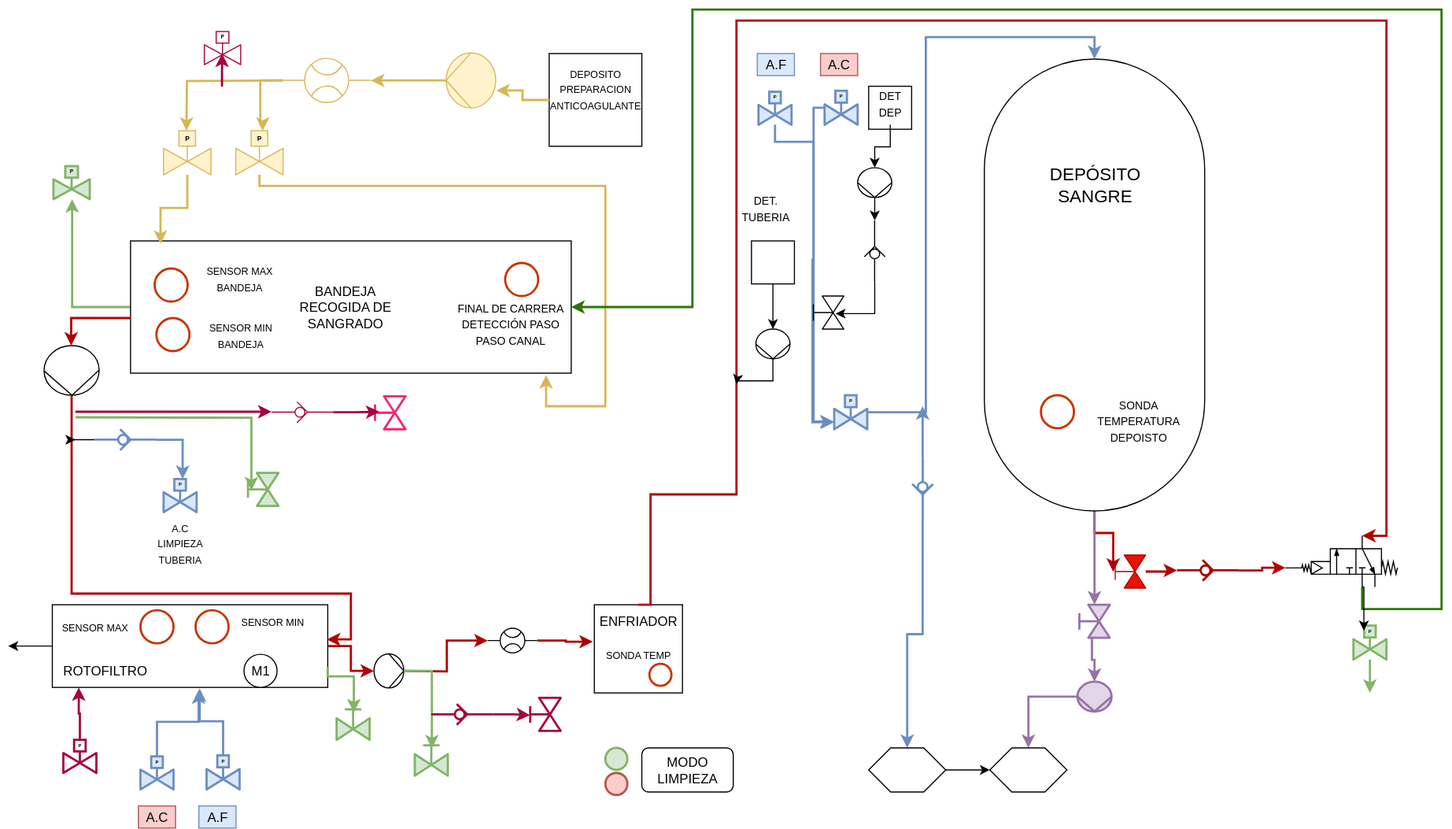
Above: docs/MARTA/Sangre vacuno2.svg in hriosalido/lab-grafana_curso (draw.io), before the change. Source tidied: cells renumbered, new cells last; positions are measured from the earlier drawing's top-left corner, leaving out a move shared by most shapes.
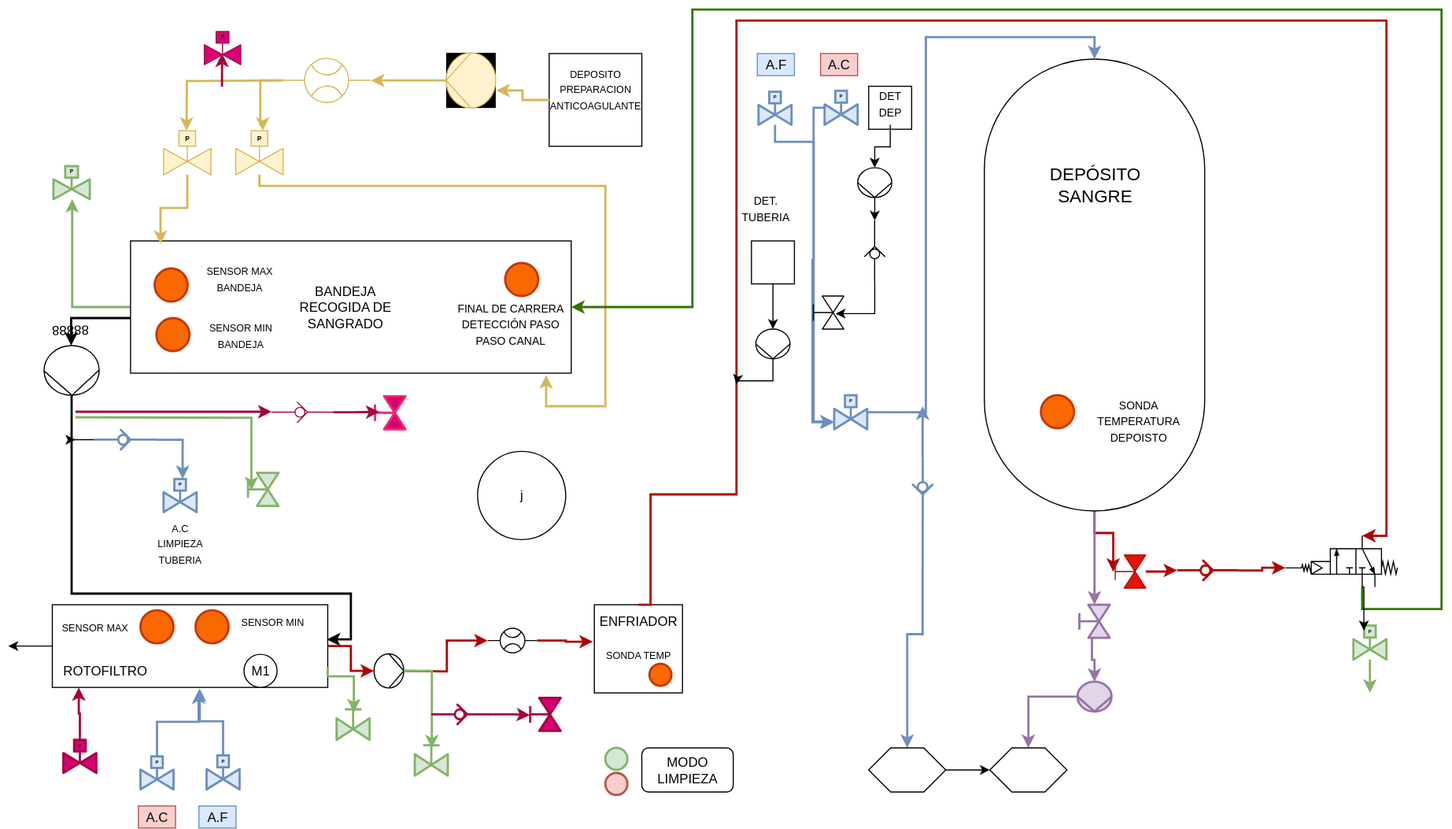
After the commit.

What changed in the source:
```diff
@@ -112,7 +112,7 @@
         <mxPoint x="194.1" y="40" as="targetPoint" />
       </mxGeometry>
     </mxCell>
-    <mxCell id="31" style="verticalLabelPosition=bottom;align=center;html=1;verticalAlign=top;dashed=0;shape=mxgraph.pid2valves.valve;valveType=gate;actuator=pilot;fillColor=light-dark(#ffffff, #ff90f3);fontColor=#ffffff;strokeColor=#A50040;" parent="1" vertex="1">
+    <mxCell id="31" style="verticalLabelPosition=bottom;align=center;html=1;verticalAlign=top;dashed=0;shape=mxgraph.pid2valves.valve;valveType=gate;actuator=pilot;fillColor=#d80073;fontColor=#ffffff;strokeColor=#A50040;" parent="1" vertex="1">
       <mxGeometry x="178" y="20" width="33" height="30" as="geometry" />
     </mxCell>
     <mxCell id="32" style="edgeStyle=orthogonalEdgeStyle;rounded=0;jettySize=auto;html=1;entryX=0.068;entryY=0.022;entryDx=0;entryDy=0;entryPerimeter=0;fillColor=#fff2cc;strokeColor=#d6b656;strokeWidth=2;" parent="1" edge="1" source="28" target="3">
@@ -121,17 +121,17 @@
     <mxCell id="33" style="verticalLabelPosition=bottom;align=center;html=1;verticalAlign=top;dashed=0;shape=mxgraph.pid2valves.valve;valveType=gate;actuator=pilot;fillColor=#d5e8d4;strokeColor=#82b366;strokeWidth=2;" parent="1" vertex="1">
       <mxGeometry x="41" y="142.1" width="33" height="30" as="geometry" />
     </mxCell>
-    <mxCell id="34" style="shape=mxgraph.pid.pumps_-_din.hydraulic;html=1;align=center;verticalLabelPosition=bottom;verticalAlign=top;dashed=0;rotation=-181;" parent="1" vertex="1">
-      <mxGeometry x="32.5" y="305" width="50" height="45" as="geometry" />
-    </mxCell>
+    <mxCell id="122" value="88888" style="shape=mxgraph.pid.pumps_-_din.hydraulic;html=1;align=center;verticalLabelPosition=bottom;verticalAlign=top;dashed=0;rotation=-181;" parent="1" vertex="1">
+      <mxGeometry x="32.5" y="305" width="50" height="45" as="geometry" />
+    </mxCell>
-    <mxCell id="35" style="edgeStyle=orthogonalEdgeStyle;rounded=0;jettySize=auto;html=1;entryX=0.5;entryY=1;entryDx=0;entryDy=0;entryPerimeter=0;fillColor=#e51400;strokeColor=#B20000;strokeWidth=2;" parent="1" edge="1" source="3" target="34">
+    <mxCell id="35" style="edgeStyle=orthogonalEdgeStyle;rounded=0;jettySize=auto;html=1;entryX=0.5;entryY=1;entryDx=0;entryDy=0;entryPerimeter=0;strokeWidth=2;" parent="1" edge="1" source="3" target="122">
       <mxGeometry relative="1" as="geometry">
         <Array as="points">
           <mxPoint x="57" y="280" />
         </Array>
       </mxGeometry>
     </mxCell>
-    <mxCell id="36" style="edgeStyle=orthogonalEdgeStyle;rounded=0;jettySize=auto;html=1;entryX=0.997;entryY=0.419;entryDx=0;entryDy=0;entryPerimeter=0;fillColor=#e51400;strokeColor=#B20000;strokeWidth=2;" parent="1" edge="1" source="34" target="5">
+    <mxCell id="36" style="edgeStyle=orthogonalEdgeStyle;rounded=0;jettySize=auto;html=1;entryX=0.997;entryY=0.419;entryDx=0;entryDy=0;entryPerimeter=0;strokeWidth=2;" parent="1" edge="1" source="122" target="5">
       <mxGeometry relative="1" as="geometry">
         <Array as="points">
           <mxPoint x="57" y="530" />
@@ -140,25 +140,28 @@
         </Array>
       </mxGeometry>
     </mxCell>
-    <mxCell id="37" style="ellipse;whiteSpace=wrap;html=1;fillColor=light-dark(#ffffff, #e96b12);fontColor=#000000;strokeColor=#C73500;strokeWidth=2;" parent="1" vertex="1">
+    <mxCell id="37" style="ellipse;whiteSpace=wrap;html=1;fillColor=#fa6800;fontColor=#000000;strokeColor=#C73500;strokeWidth=2;" parent="1" vertex="1">
       <mxGeometry x="120" y="545.1" width="30" height="30" as="geometry" />
     </mxCell>
-    <mxCell id="38" style="ellipse;whiteSpace=wrap;html=1;fillColor=light-dark(#ffffff, #e96b12);fontColor=#000000;strokeColor=#C73500;strokeWidth=2;" parent="1" vertex="1">
+    <mxCell id="38" style="ellipse;whiteSpace=wrap;html=1;fillColor=#fa6800;fontColor=#000000;strokeColor=#C73500;strokeWidth=2;" parent="1" vertex="1">
       <mxGeometry x="170" y="545.1" width="30" height="30" as="geometry" />
     </mxCell>
-    <mxCell id="39" value="M1" style="ellipse;whiteSpace=wrap;html=1;" parent="1" vertex="1">
-      <mxGeometry x="214" y="585.1" width="30" height="30" as="geometry" />
-    </mxCell>
+    <mxCell id="123" style="ellipse;whiteSpace=wrap;html=1;" parent="1" vertex="1">
+      <mxGeometry x="214" y="585.1" width="30" height="30" as="geometry" />
+    </mxCell>
     <mxCell id="40" value="&lt;font style=&quot;font-size: 9px;&quot;&gt;SENSOR MAX&amp;nbsp;&lt;/font&gt;" style="text;strokeColor=none;align=center;fillColor=none;html=1;verticalAlign=middle;whiteSpace=wrap;rounded=0;" parent="1" vertex="1">
       <mxGeometry x="40" y="545.1" width="80" height="30" as="geometry" />
     </mxCell>
     <mxCell id="41" value="&lt;font style=&quot;font-size: 9px;&quot;&gt;SENSOR MIN&lt;/font&gt;" style="text;strokeColor=none;align=center;fillColor=none;html=1;verticalAlign=middle;whiteSpace=wrap;rounded=0;" parent="1" vertex="1">
       <mxGeometry x="210" y="545.1" width="60" height="20" as="geometry" />
     </mxCell>
+    <mxCell id="39" value="M1" style="text;strokeColor=none;align=center;fillColor=none;html=1;verticalAlign=middle;whiteSpace=wrap;rounded=0;" parent="1" vertex="1">
+      <mxGeometry x="219" y="590.1" width="20" height="20" as="geometry" />
+    </mxCell>
     <mxCell id="42" style="edgeStyle=orthogonalEdgeStyle;rounded=0;jettySize=auto;html=1;entryX=0.25;entryY=1;entryDx=0;entryDy=0;fillColor=#d80073;strokeColor=#A50040;strokeWidth=2;" parent="1" edge="1" source="43" target="19">
       <mxGeometry relative="1" as="geometry" />
     </mxCell>
-    <mxCell id="43" style="verticalLabelPosition=bottom;align=center;html=1;verticalAlign=top;dashed=0;shape=mxgraph.pid2valves.valve;valveType=gate;actuator=pilot;fillColor=light-dark(#ffffff, #ff90f3);fontColor=#ffffff;strokeColor=#A50040;strokeWidth=2;" parent="1" vertex="1">
+    <mxCell id="43" style="verticalLabelPosition=bottom;align=center;html=1;verticalAlign=top;dashed=0;shape=mxgraph.pid2valves.valve;valveType=gate;actuator=pilot;fillColor=#d80073;fontColor=#ffffff;strokeColor=#A50040;strokeWidth=2;" parent="1" vertex="1">
       <mxGeometry x="50" y="662.7" width="30" height="30" as="geometry" />
     </mxCell>
     <mxCell id="44" style="verticalLabelPosition=bottom;align=center;html=1;verticalAlign=top;dashed=0;shape=mxgraph.pid2valves.valve;valveType=gate;actuator=pilot;fillColor=#dae8fc;strokeColor=#6c8ebf;strokeWidth=2;" parent="1" vertex="1">
@@ -185,7 +188,7 @@
     <mxCell id="51" style="edgeStyle=orthogonalEdgeStyle;rounded=0;jettySize=auto;html=1;entryX=0.5;entryY=1;entryDx=0;entryDy=0;entryPerimeter=0;fillColor=#e51400;strokeColor=#B20000;strokeWidth=2;" parent="1" edge="1" source="5" target="14">
       <mxGeometry relative="1" as="geometry" />
     </mxCell>
-    <mxCell id="52" style="ellipse;whiteSpace=wrap;html=1;fillColor=light-dark(#ffffff, #e96b12);fontColor=#000000;strokeColor=#C73500;strokeWidth=2;" parent="1" vertex="1">
+    <mxCell id="52" style="ellipse;whiteSpace=wrap;html=1;fillColor=#fa6800;fontColor=#000000;strokeColor=#C73500;strokeWidth=2;" parent="1" vertex="1">
       <mxGeometry x="582" y="593.6" width="20" height="20" as="geometry" />
     </mxCell>
     <mxCell id="53" value="&lt;font style=&quot;font-size: 9px;&quot;&gt;SONDA TEMP&lt;/font&gt;" style="text;strokeColor=none;align=center;fillColor=none;html=1;verticalAlign=middle;whiteSpace=wrap;rounded=0;" parent="1" vertex="1">
@@ -218,7 +221,7 @@
         </Array>
       </mxGeometry>
     </mxCell>
-    <mxCell id="60" style="verticalLabelPosition=bottom;align=center;html=1;verticalAlign=top;dashed=0;shape=mxgraph.pid2valves.valve;valveType=gate;actuator=man;direction=south;rotation=-180;fillColor=light-dark(#ffffff, #ff90f3);fontColor=#ffffff;strokeColor=#A50040;strokeWidth=2;" parent="1" vertex="1">
+    <mxCell id="60" style="verticalLabelPosition=bottom;align=center;html=1;verticalAlign=top;dashed=0;shape=mxgraph.pid2valves.valve;valveType=gate;actuator=man;direction=south;rotation=-180;fillColor=#d80073;fontColor=#ffffff;strokeColor=#A50040;strokeWidth=2;" parent="1" vertex="1">
       <mxGeometry x="468.9" y="624.6" width="32.6" height="30" as="geometry" />
     </mxCell>
     <mxCell id="61" style="verticalLabelPosition=bottom;html=1;verticalAlign=top;fillColor=#d80073;align=center;outlineConnect=0;shape=mxgraph.fluid_power.x10700;points=[[0.5,0,0],[0.5,1,0]];direction=north;fontColor=#ffffff;strokeColor=#A50040;strokeWidth=2;" parent="1" vertex="1">
@@ -358,13 +361,13 @@
     <mxCell id="93" style="shape=hexagon;perimeter=hexagonPerimeter2;whiteSpace=wrap;html=1;fixedSize=1;" parent="1" vertex="1">
       <mxGeometry x="781" y="670" width="70" height="40" as="geometry" />
     </mxCell>
-    <mxCell id="94" style="ellipse;whiteSpace=wrap;html=1;fillColor=light-dark(#ffffff, #e96b12);fontColor=#000000;strokeColor=#C73500;strokeWidth=2;" parent="1" vertex="1">
+    <mxCell id="94" style="ellipse;whiteSpace=wrap;html=1;fillColor=#fa6800;fontColor=#000000;strokeColor=#C73500;strokeWidth=2;" parent="1" vertex="1">
       <mxGeometry x="132.8" y="235" width="30" height="30" as="geometry" />
     </mxCell>
-    <mxCell id="95" style="ellipse;whiteSpace=wrap;html=1;fillColor=light-dark(#ffffff, #e96b12);fontColor=#000000;strokeColor=#C73500;strokeWidth=2;" parent="1" vertex="1">
+    <mxCell id="95" style="ellipse;whiteSpace=wrap;html=1;fillColor=#fa6800;fontColor=#000000;strokeColor=#C73500;strokeWidth=2;" parent="1" vertex="1">
       <mxGeometry x="134.5" y="280" width="30" height="30" as="geometry" />
     </mxCell>
-    <mxCell id="96" style="ellipse;whiteSpace=wrap;html=1;fillColor=light-dark(#FFFFFF,#E96B12);fontColor=#000000;strokeColor=#C73500;strokeWidth=2;" parent="1" vertex="1">
+    <mxCell id="96" style="ellipse;whiteSpace=wrap;html=1;fillColor=#fa6800;fontColor=#000000;strokeColor=#C73500;strokeWidth=2;" parent="1" vertex="1">
       <mxGeometry x="451" y="230" width="30" height="30" as="geometry" />
     </mxCell>
     <mxCell id="97" value="&lt;font size=&quot;1&quot;&gt;FINAL DE CARRERA DETECCIÓN PASO PASO CANAL&lt;/font&gt;" style="text;strokeColor=none;align=center;fillColor=none;html=1;verticalAlign=middle;whiteSpace=wrap;rounded=0;" parent="1" vertex="1">
@@ -401,7 +404,7 @@
     <mxCell id="106" style="verticalLabelPosition=bottom;html=1;verticalAlign=top;fillColor=#d80073;align=center;outlineConnect=0;shape=mxgraph.fluid_power.x10700;points=[[0.5,0,0],[0.5,1,0]];direction=north;fontColor=#ffffff;strokeColor=#A50040;" parent="1" vertex="1">
       <mxGeometry x="239" y="356" width="56" height="19" as="geometry" />
     </mxCell>
-    <mxCell id="107" style="verticalLabelPosition=bottom;align=center;html=1;verticalAlign=top;dashed=0;shape=mxgraph.pid2valves.valve;valveType=gate;actuator=man;direction=south;rotation=-180;fillColor=light-dark(#ffffff, #ff90f3);fontColor=#ffffff;strokeColor=light-dark(#f42574, #ffa9e0);strokeWidth=2;" parent="1" vertex="1">
+    <mxCell id="107" style="verticalLabelPosition=bottom;align=center;html=1;verticalAlign=top;dashed=0;shape=mxgraph.pid2valves.valve;valveType=gate;actuator=man;direction=south;rotation=-180;fillColor=#d80073;fontColor=#ffffff;strokeColor=light-dark(#f42574, #ffa9e0);strokeWidth=2;" parent="1" vertex="1">
       <mxGeometry x="328" y="350.9" width="32.6" height="30" as="geometry" />
     </mxCell>
     <mxCell id="108" style="edgeStyle=orthogonalEdgeStyle;rounded=0;jettySize=auto;html=1;entryX=0.53;entryY=0.271;entryDx=0;entryDy=0;entryPerimeter=0;fillColor=#d80073;strokeColor=#A50040;strokeWidth=2;" parent="1" edge="1" source="106" target="107">
@@ -415,7 +418,7 @@
     <mxCell id="110" value="&lt;font style=&quot;font-size: 9px;&quot;&gt;A.C LIMPIEZA TUBERIA&lt;/font&gt;" style="text;strokeColor=none;align=center;fillColor=none;html=1;verticalAlign=middle;whiteSpace=wrap;rounded=0;" parent="1" vertex="1">
       <mxGeometry x="126" y="469.5" width="60" height="30" as="geometry" />
     </mxCell>
-    <mxCell id="111" style="ellipse;whiteSpace=wrap;html=1;fillColor=light-dark(#ffffff, #e96b12);fontColor=#000000;strokeColor=#C73500;strokeWidth=2;" parent="1" vertex="1">
+    <mxCell id="111" style="ellipse;whiteSpace=wrap;html=1;fillColor=#fa6800;fontColor=#000000;strokeColor=#C73500;strokeWidth=2;" parent="1" vertex="1">
       <mxGeometry x="937.4" y="350" width="30" height="30" as="geometry" />
     </mxCell>
     <mxCell id="112" value="&lt;font size=&quot;1&quot;&gt;SONDA TEMPERATURA DEPOISTO&lt;/font&gt;&lt;div&gt;&lt;font size=&quot;1&quot;&gt;&lt;br&gt;&lt;/font&gt;&lt;/div&gt;" style="text;strokeColor=none;align=center;fillColor=none;html=1;verticalAlign=middle;whiteSpace=wrap;rounded=0;" parent="1" vertex="1">
@@ -450,5 +453,8 @@
     <mxCell id="121" style="ellipse;whiteSpace=wrap;html=1;fillColor=#f8cecc;strokeColor=#b85450;strokeWidth=2;" parent="1" vertex="1">
       <mxGeometry x="542" y="692.7" width="20" height="20" as="geometry" />
     </mxCell>
+    <mxCell id="124" value="j" style="ellipse;whiteSpace=wrap;html=1;" parent="1" vertex="1">
+      <mxGeometry x="426" y="401" width="80" height="80" as="geometry" />
+    </mxCell>
   </root>
 </mxGraphModel>
```
